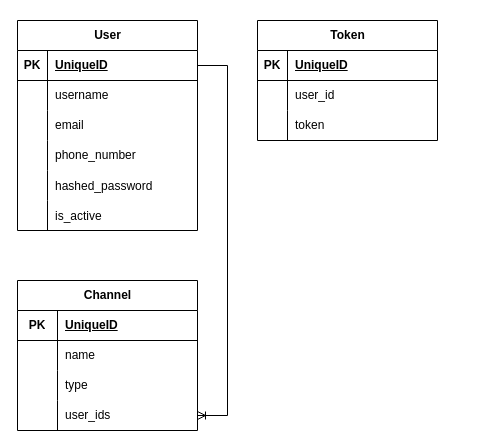
Above: digram/Untitled Diagram.drawio in HanZawNyein/agga-chat-fastAPI (draw.io), before the change. Source tidied: cells renumbered, new cells numbered last; positions are measured from the earlier drawing's top-left corner, leaving out a move shared by most shapes. Both pictures are drawn from the tidied source at 100%, with x=0, y=0 at pixel (-13, 20).
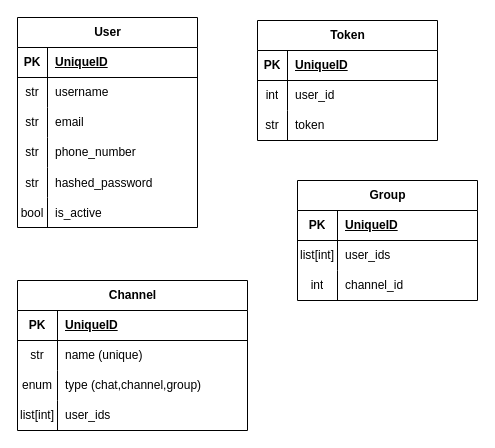
After the change.

The change refers to these unchanged cells:
```xml
<mxCell id="3" style="shape=tableRow;horizontal=0;startSize=0;swimlaneHead=0;swimlaneBody=0;fillColor=none;points=[[0,0.5],[1,0.5]];portConstraint=eastwest;top=0;left=0;right=0;bottom=1;" parent="2" vertex="1">
  <mxGeometry y="30" width="180" height="30" as="geometry" />
</mxCell>
<mxCell id="9" style="shape=tableRow;horizontal=0;startSize=0;swimlaneHead=0;swimlaneBody=0;fillColor=none;top=0;left=0;right=0;bottom=0;" parent="2" vertex="1">
  <mxGeometry y="90" width="180" height="30" as="geometry" />
</mxCell>
<mxCell id="12" style="shape=tableRow;horizontal=0;startSize=0;swimlaneHead=0;swimlaneBody=0;fillColor=none;top=0;left=0;right=0;bottom=0;" parent="2" vertex="1">
  <mxGeometry y="120" width="180" height="30" as="geometry" />
</mxCell>
<mxCell id="15" style="shape=tableRow;horizontal=0;startSize=0;swimlaneHead=0;swimlaneBody=0;fillColor=none;top=0;left=0;right=0;bottom=0;" parent="2" vertex="1">
  <mxGeometry y="150" width="180" height="30" as="geometry" />
</mxCell>
<mxCell id="18" style="shape=tableRow;horizontal=0;startSize=0;swimlaneHead=0;swimlaneBody=0;fillColor=none;top=0;left=0;right=0;bottom=0;" parent="2" vertex="1">
  <mxGeometry y="180" width="180" height="30" as="geometry" />
</mxCell>
<mxCell id="25" style="shape=tableRow;horizontal=0;startSize=0;swimlaneHead=0;swimlaneBody=0;fillColor=none;top=0;left=0;right=0;bottom=0;" parent="21" vertex="1">
  <mxGeometry y="60" width="180" height="30" as="geometry" />
</mxCell>
<mxCell id="28" style="shape=tableRow;horizontal=0;startSize=0;swimlaneHead=0;swimlaneBody=0;fillColor=none;top=0;left=0;right=0;bottom=0;" parent="21" vertex="1">
  <mxGeometry y="90" width="180" height="30" as="geometry" />
</mxCell>
```

Diff of the diagram source:
```diff
@@
     <mxCell id="2" value="User" style="shape=table;startSize=30;childLayout=tableLayout;rowLines=0;fontStyle=1;align=center;html=1;" parent="1" vertex="1">
-      <mxGeometry x="30" width="180" height="210" as="geometry" />
+      <mxGeometry x="30" y="-3" width="180" height="210" as="geometry" />
     </mxCell>
@@
-    <mxCell id="6" style="shape=tableRow;horizontal=0;startSize=0;swimlaneHead=0;swimlaneBody=0;fillColor=none;top=0;left=0;right=0;bottom=0;" parent="2" vertex="1">
-      <mxGeometry y="60" width="180" height="30" as="geometry" />
-    </mxCell>
-    <mxCell id="7" style="shape=partialRectangle;fillColor=none;top=0;left=0;bottom=0;right=0;overflow=hidden;whiteSpace=wrap;html=1;" parent="6" vertex="1">
-      <mxGeometry width="30" height="30" as="geometry" />
-    </mxCell>
+    <mxCell id="45" style="shape=tableRow;horizontal=0;startSize=0;swimlaneHead=0;swimlaneBody=0;fillColor=none;top=0;left=0;right=0;bottom=0;" parent="2" vertex="1">
+      <mxGeometry y="60" width="180" height="30" as="geometry" />
+    </mxCell>
+    <mxCell id="46" value="str" style="shape=partialRectangle;fillColor=none;top=0;left=0;bottom=0;right=0;fontStyle=0;overflow=hidden;whiteSpace=wrap;html=1;" parent="45" vertex="1">
+      <mxGeometry width="30" height="30" as="geometry" />
+    </mxCell>
-    <mxCell id="8" value="username" style="shape=partialRectangle;fillColor=none;top=0;left=0;bottom=0;right=0;align=left;spacingLeft=6;overflow=hidden;whiteSpace=wrap;html=1;" parent="6" vertex="1">
+    <mxCell id="8" value="username" style="shape=partialRectangle;fillColor=none;top=0;left=0;bottom=0;right=0;align=left;spacingLeft=6;fontStyle=0;overflow=hidden;whiteSpace=wrap;html=1;" parent="45" vertex="1">
       <mxGeometry x="30" width="150" height="30" as="geometry" />
     </mxCell>
@@
-    <mxCell id="10" style="shape=partialRectangle;fillColor=none;top=0;left=0;bottom=0;right=0;overflow=hidden;whiteSpace=wrap;html=1;" parent="9" vertex="1">
+    <mxCell id="10" value="str" style="shape=partialRectangle;fillColor=none;top=0;left=0;bottom=0;right=0;overflow=hidden;whiteSpace=wrap;html=1;" parent="9" vertex="1">
       <mxGeometry width="30" height="30" as="geometry" />
     </mxCell>
@@
-    <mxCell id="13" style="shape=partialRectangle;fillColor=none;top=0;left=0;bottom=0;right=0;overflow=hidden;whiteSpace=wrap;html=1;" parent="12" vertex="1">
+    <mxCell id="13" value="str" style="shape=partialRectangle;fillColor=none;top=0;left=0;bottom=0;right=0;overflow=hidden;whiteSpace=wrap;html=1;" parent="12" vertex="1">
       <mxGeometry width="30" height="30" as="geometry" />
     </mxCell>
@@
-    <mxCell id="16" style="shape=partialRectangle;fillColor=none;top=0;left=0;bottom=0;right=0;overflow=hidden;" parent="15" vertex="1">
+    <mxCell id="16" value="str" style="shape=partialRectangle;fillColor=none;top=0;left=0;bottom=0;right=0;overflow=hidden;" parent="15" vertex="1">
       <mxGeometry width="30" height="30" as="geometry" />
     </mxCell>
@@
-    <mxCell id="19" style="shape=partialRectangle;fillColor=none;top=0;left=0;bottom=0;right=0;overflow=hidden;" parent="18" vertex="1">
+    <mxCell id="19" value="bool" style="shape=partialRectangle;fillColor=none;top=0;left=0;bottom=0;right=0;overflow=hidden;" parent="18" vertex="1">
       <mxGeometry width="30" height="30" as="geometry" />
     </mxCell>
@@
-    <mxCell id="26" style="shape=partialRectangle;fillColor=none;top=0;left=0;bottom=0;right=0;overflow=hidden;whiteSpace=wrap;html=1;" parent="25" vertex="1">
+    <mxCell id="26" value="int" style="shape=partialRectangle;fillColor=none;top=0;left=0;bottom=0;right=0;overflow=hidden;whiteSpace=wrap;html=1;" parent="25" vertex="1">
       <mxGeometry width="30" height="30" as="geometry" />
     </mxCell>
@@
-    <mxCell id="29" style="shape=partialRectangle;fillColor=none;top=0;left=0;bottom=0;right=0;overflow=hidden;whiteSpace=wrap;html=1;" parent="28" vertex="1">
+    <mxCell id="29" value="str" style="shape=partialRectangle;fillColor=none;top=0;left=0;bottom=0;right=0;overflow=hidden;whiteSpace=wrap;html=1;" parent="28" vertex="1">
       <mxGeometry width="30" height="30" as="geometry" />
     </mxCell>
@@
     <mxCell id="31" value="Channel" style="shape=table;startSize=30;childLayout=tableLayout;rowLines=0;fontStyle=1;align=center;html=1;" parent="1" vertex="1">
-      <mxGeometry x="30" y="260" width="180" height="150" as="geometry" />
+      <mxGeometry x="30" y="260" width="230" height="150" as="geometry" />
     </mxCell>
     <mxCell id="32" style="shape=tableRow;horizontal=0;startSize=0;swimlaneHead=0;swimlaneBody=0;fillColor=none;top=0;left=0;right=0;bottom=1;" parent="31" vertex="1">
-      <mxGeometry y="30" width="180" height="30" as="geometry" />
+      <mxGeometry y="30" width="230" height="30" as="geometry" />
     </mxCell>
@@
     <mxCell id="34" value="UniqueID" style="shape=partialRectangle;fillColor=none;top=0;left=0;bottom=0;right=0;align=left;spacingLeft=6;fontStyle=5;overflow=hidden;whiteSpace=wrap;html=1;" parent="32" vertex="1">
-      <mxGeometry x="40" width="140" height="30" as="geometry" />
+      <mxGeometry x="40" width="190" height="30" as="geometry" />
     </mxCell>
     <mxCell id="35" style="shape=tableRow;horizontal=0;startSize=0;swimlaneHead=0;swimlaneBody=0;fillColor=none;top=0;left=0;right=0;bottom=0;" parent="31" vertex="1">
-      <mxGeometry y="60" width="180" height="30" as="geometry" />
+      <mxGeometry y="60" width="230" height="30" as="geometry" />
     </mxCell>
-    <mxCell id="36" style="shape=partialRectangle;fillColor=none;top=0;left=0;bottom=0;right=0;overflow=hidden;whiteSpace=wrap;html=1;" parent="35" vertex="1">
+    <mxCell id="36" value="str" style="shape=partialRectangle;fillColor=none;top=0;left=0;bottom=0;right=0;overflow=hidden;whiteSpace=wrap;html=1;" parent="35" vertex="1">
       <mxGeometry width="40" height="30" as="geometry" />
     </mxCell>
-    <mxCell id="37" value="name" style="shape=partialRectangle;fillColor=none;top=0;left=0;bottom=0;right=0;align=left;spacingLeft=6;overflow=hidden;whiteSpace=wrap;html=1;" parent="35" vertex="1">
-      <mxGeometry x="40" width="140" height="30" as="geometry" />
+    <mxCell id="37" value="name (unique)" style="shape=partialRectangle;fillColor=none;top=0;left=0;bottom=0;right=0;align=left;spacingLeft=6;overflow=hidden;whiteSpace=wrap;html=1;" parent="35" vertex="1">
+      <mxGeometry x="40" width="190" height="30" as="geometry" />
     </mxCell>
     <mxCell id="38" style="shape=tableRow;horizontal=0;startSize=0;swimlaneHead=0;swimlaneBody=0;fillColor=none;top=0;left=0;right=0;bottom=0;" parent="31" vertex="1">
-      <mxGeometry y="90" width="180" height="30" as="geometry" />
+      <mxGeometry y="90" width="230" height="30" as="geometry" />
     </mxCell>
-    <mxCell id="39" style="shape=partialRectangle;fillColor=none;top=0;left=0;bottom=0;right=0;overflow=hidden;whiteSpace=wrap;html=1;" parent="38" vertex="1">
+    <mxCell id="39" value="enum" style="shape=partialRectangle;fillColor=none;top=0;left=0;bottom=0;right=0;overflow=hidden;whiteSpace=wrap;html=1;" parent="38" vertex="1">
       <mxGeometry width="40" height="30" as="geometry" />
     </mxCell>
-    <mxCell id="40" value="type" style="shape=partialRectangle;fillColor=none;top=0;left=0;bottom=0;right=0;align=left;spacingLeft=6;overflow=hidden;whiteSpace=wrap;html=1;" parent="38" vertex="1">
-      <mxGeometry x="40" width="140" height="30" as="geometry" />
+    <mxCell id="40" value="type (chat,channel,group)" style="shape=partialRectangle;fillColor=none;top=0;left=0;bottom=0;right=0;align=left;spacingLeft=6;overflow=hidden;whiteSpace=wrap;html=1;" parent="38" vertex="1">
+      <mxGeometry x="40" width="190" height="30" as="geometry" />
     </mxCell>
     <mxCell id="41" style="shape=tableRow;horizontal=0;startSize=0;swimlaneHead=0;swimlaneBody=0;fillColor=none;points=[[0,0.5],[1,0.5]];portConstraint=eastwest;top=0;left=0;right=0;bottom=0;" parent="31" vertex="1">
-      <mxGeometry y="120" width="180" height="30" as="geometry" />
+      <mxGeometry y="120" width="230" height="30" as="geometry" />
     </mxCell>
-    <mxCell id="42" style="shape=partialRectangle;fillColor=none;top=0;left=0;bottom=0;right=0;overflow=hidden;whiteSpace=wrap;html=1;" parent="41" vertex="1">
+    <mxCell id="42" value="list[int]" style="shape=partialRectangle;fillColor=none;top=0;left=0;bottom=0;right=0;overflow=hidden;whiteSpace=wrap;html=1;" parent="41" vertex="1">
       <mxGeometry width="40" height="30" as="geometry" />
     </mxCell>
     <mxCell id="43" value="user_ids" style="shape=partialRectangle;fillColor=none;top=0;left=0;bottom=0;right=0;align=left;spacingLeft=6;overflow=hidden;whiteSpace=wrap;html=1;" parent="41" vertex="1">
-      <mxGeometry x="40" width="140" height="30" as="geometry" />
+      <mxGeometry x="40" width="190" height="30" as="geometry" />
     </mxCell>
-    <mxCell id="44" style="edgeStyle=entityRelationEdgeStyle;fontSize=12;html=1;endArrow=ERoneToMany;rounded=0;" parent="1" edge="1" source="3" target="41">
-      <mxGeometry relative="1" as="geometry">
-        <Array as="points">
-          <mxPoint x="10" y="90" />
-          <mxPoint y="80" />
-          <mxPoint x="20" y="110" />
-          <mxPoint x="20" y="50" />
-          <mxPoint x="10" y="90" />
-          <mxPoint y="90" />
-        </Array>
-      </mxGeometry>
-    </mxCell>
+    <mxCell id="47" value="Group" style="shape=table;startSize=30;childLayout=tableLayout;rowLines=0;fontStyle=1;align=center;html=1;" parent="1" vertex="1">
+      <mxGeometry x="310" y="160" width="180" height="120" as="geometry" />
+    </mxCell>
+    <mxCell id="48" style="shape=tableRow;horizontal=0;startSize=0;swimlaneHead=0;swimlaneBody=0;fillColor=none;top=0;left=0;right=0;bottom=1;" parent="47" vertex="1">
+      <mxGeometry y="30" width="180" height="30" as="geometry" />
+    </mxCell>
+    <mxCell id="49" value="PK" style="shape=partialRectangle;fillColor=none;top=0;left=0;bottom=0;right=0;fontStyle=1;overflow=hidden;whiteSpace=wrap;html=1;" parent="48" vertex="1">
+      <mxGeometry width="40" height="30" as="geometry" />
+    </mxCell>
+    <mxCell id="50" value="UniqueID" style="shape=partialRectangle;fillColor=none;top=0;left=0;bottom=0;right=0;align=left;spacingLeft=6;fontStyle=5;overflow=hidden;whiteSpace=wrap;html=1;" parent="48" vertex="1">
+      <mxGeometry x="40" width="140" height="30" as="geometry" />
+    </mxCell>
+    <mxCell id="51" style="shape=tableRow;horizontal=0;startSize=0;swimlaneHead=0;swimlaneBody=0;fillColor=none;top=0;left=0;right=0;bottom=0;" parent="47" vertex="1">
+      <mxGeometry y="60" width="180" height="30" as="geometry" />
+    </mxCell>
+    <mxCell id="52" value="list[int]" style="shape=partialRectangle;fillColor=none;top=0;left=0;bottom=0;right=0;overflow=hidden;whiteSpace=wrap;html=1;" parent="51" vertex="1">
+      <mxGeometry width="40" height="30" as="geometry" />
+    </mxCell>
+    <mxCell id="53" value="user_ids" style="shape=partialRectangle;fillColor=none;top=0;left=0;bottom=0;right=0;align=left;spacingLeft=6;overflow=hidden;whiteSpace=wrap;html=1;" parent="51" vertex="1">
+      <mxGeometry x="40" width="140" height="30" as="geometry" />
+    </mxCell>
+    <mxCell id="54" style="shape=tableRow;horizontal=0;startSize=0;swimlaneHead=0;swimlaneBody=0;fillColor=none;top=0;left=0;right=0;bottom=0;" parent="47" vertex="1">
+      <mxGeometry y="90" width="180" height="30" as="geometry" />
+    </mxCell>
+    <mxCell id="55" value="int" style="shape=partialRectangle;fillColor=none;top=0;left=0;bottom=0;right=0;overflow=hidden;whiteSpace=wrap;html=1;" parent="54" vertex="1">
+      <mxGeometry width="40" height="30" as="geometry" />
+    </mxCell>
+    <mxCell id="56" value="channel_id" style="shape=partialRectangle;fillColor=none;top=0;left=0;bottom=0;right=0;align=left;spacingLeft=6;overflow=hidden;whiteSpace=wrap;html=1;" parent="54" vertex="1">
+      <mxGeometry x="40" width="140" height="30" as="geometry" />
+    </mxCell>
```
